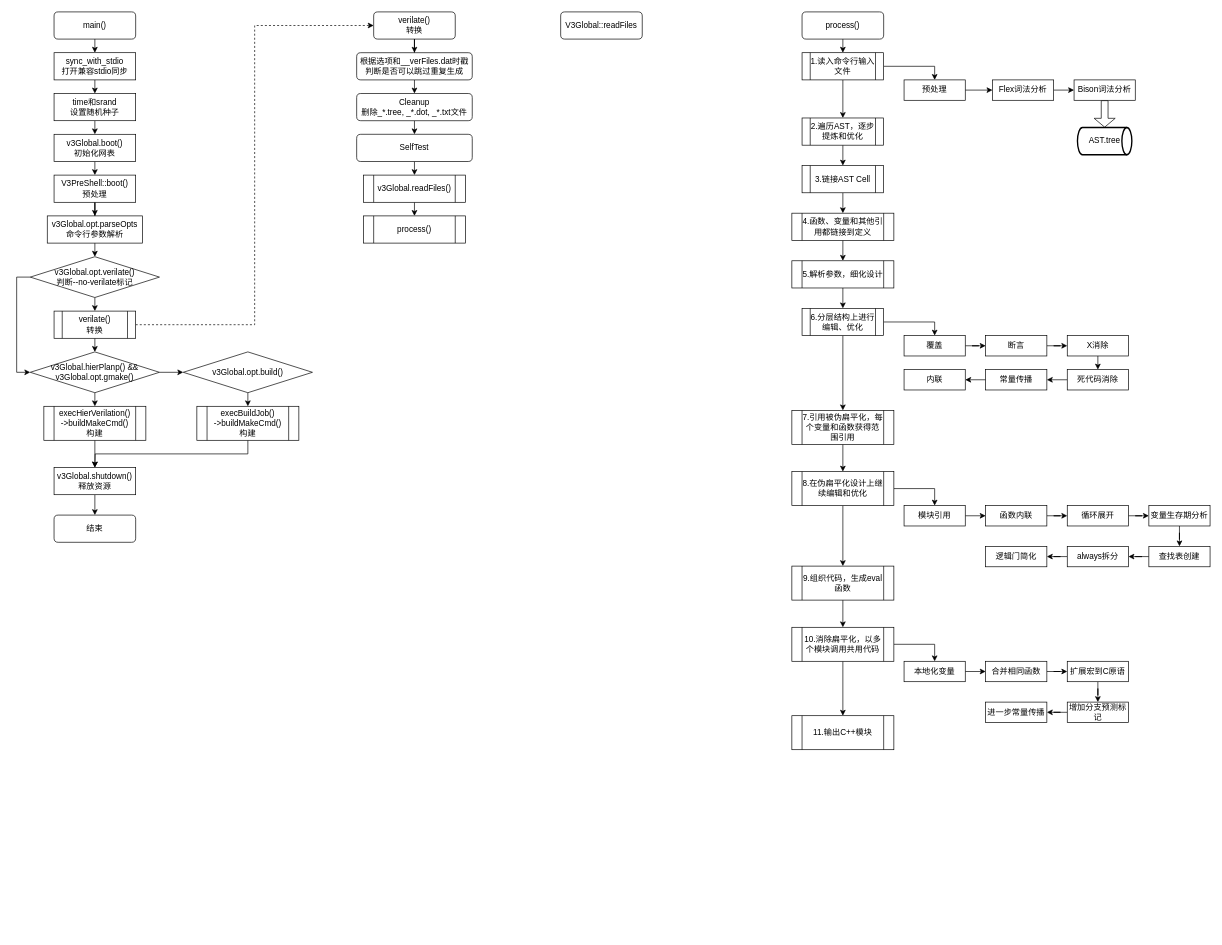
This is verilator_digrams/main().drawio from Dercury/CLDK, a draw.io file, before an edit. Source tidied: cells renumbered, new cells numbered last; positions are measured from the earlier drawing's top-left corner, leaving out a move shared by most shapes. Both pictures are drawn from the tidied source at 68%, with x=0, y=0 at pixel (30, 12).
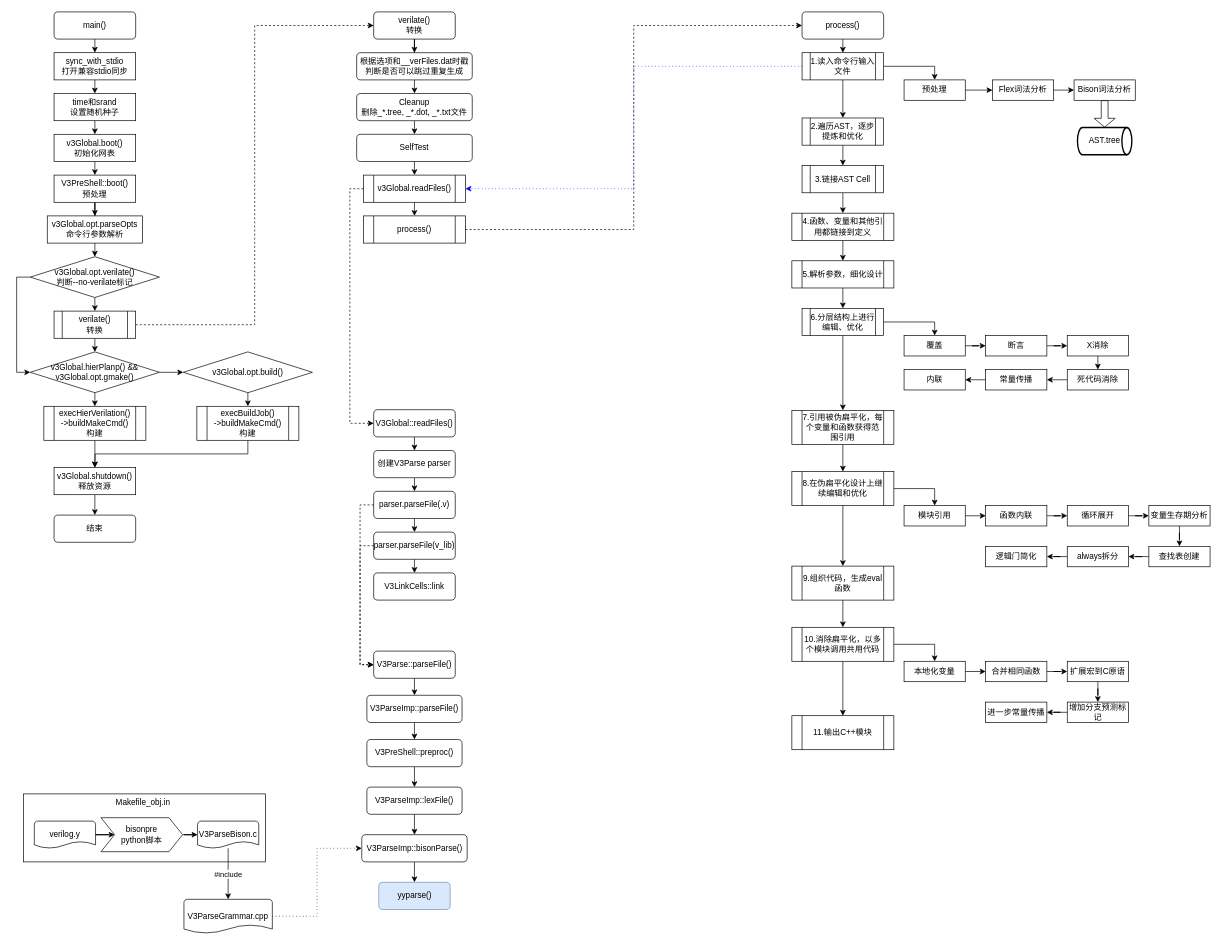
The same diagram, later.

The change refers to these unchanged cells:
```xml
<mxCell id="40" value="&lt;span&gt;1.读入命令行输入文件&lt;/span&gt;" style="shape=process;whiteSpace=wrap;html=1;backgroundOutline=1;" parent="1" vertex="1">
  <mxGeometry x="1135" y="60" width="120" height="40" as="geometry" />
</mxCell>
<mxCell id="49" value="process()" style="rounded=1;whiteSpace=wrap;html=1;fontSize=12;glass=0;strokeWidth=1;shadow=0;" parent="1" vertex="1">
  <mxGeometry x="1135" width="120" height="40" as="geometry" />
</mxCell>
<mxCell id="108" value="v3Global.readFiles()" style="shape=process;whiteSpace=wrap;html=1;backgroundOutline=1;" parent="1" vertex="1">
  <mxGeometry x="490" y="240" width="150" height="40" as="geometry" />
</mxCell>
<mxCell id="109" value="process()" style="shape=process;whiteSpace=wrap;html=1;backgroundOutline=1;" parent="1" vertex="1">
  <mxGeometry x="490" y="300" width="150" height="40" as="geometry" />
</mxCell>
```

What changed in the source:
```diff
@@
+    <mxCell id="111" style="rounded=0;whiteSpace=wrap;html=1;strokeWidth=1;" parent="1" vertex="1">
+      <mxGeometry x="-10" y="1150" width="356" height="100" as="geometry" />
+    </mxCell>
@@
+    <mxCell id="112" style="edgeStyle=orthogonalEdgeStyle;rounded=0;jumpSize=6;jettySize=auto;html=1;exitX=0.5;exitY=1;exitDx=0;exitDy=0;entryX=0.5;entryY=0;entryDx=0;entryDy=0;strokeWidth=1;" parent="1" edge="1" source="110" target="114">
+      <mxGeometry relative="1" as="geometry" />
+    </mxCell>
-    <mxCell id="110" value="V3Global::readFiles" style="rounded=1;whiteSpace=wrap;html=1;fontSize=12;glass=0;strokeWidth=1;shadow=0;" parent="1" vertex="1">
-      <mxGeometry x="780" width="120" height="40" as="geometry" />
+    <mxCell id="110" value="V3Global::readFiles()" style="rounded=1;whiteSpace=wrap;html=1;fontSize=12;glass=0;strokeWidth=1;shadow=0;" parent="1" vertex="1">
+      <mxGeometry x="505" y="585" width="120" height="40" as="geometry" />
     </mxCell>
+    <mxCell id="113" style="edgeStyle=orthogonalEdgeStyle;rounded=0;jumpSize=6;jettySize=auto;html=1;exitX=0.5;exitY=1;exitDx=0;exitDy=0;entryX=0.5;entryY=0;entryDx=0;entryDy=0;strokeWidth=1;" parent="1" edge="1" source="114" target="116">
+      <mxGeometry relative="1" as="geometry" />
+    </mxCell>
+    <mxCell id="114" value="创建V3Parse parser" style="rounded=1;whiteSpace=wrap;html=1;fontSize=12;glass=0;strokeWidth=1;shadow=0;" parent="1" vertex="1">
+      <mxGeometry x="505" y="645" width="120" height="40" as="geometry" />
+    </mxCell>
+    <mxCell id="115" style="edgeStyle=orthogonalEdgeStyle;rounded=0;jumpSize=6;jettySize=auto;html=1;exitX=0.5;exitY=1;exitDx=0;exitDy=0;entryX=0.5;entryY=0;entryDx=0;entryDy=0;strokeWidth=1;" parent="1" edge="1" source="116" target="118">
+      <mxGeometry relative="1" as="geometry" />
+    </mxCell>
+    <mxCell id="116" value="parser.parseFile(.v)" style="rounded=1;whiteSpace=wrap;html=1;fontSize=12;glass=0;strokeWidth=1;shadow=0;" parent="1" vertex="1">
+      <mxGeometry x="505" y="705" width="120" height="40" as="geometry" />
+    </mxCell>
+    <mxCell id="117" style="edgeStyle=orthogonalEdgeStyle;rounded=0;jumpSize=6;jettySize=auto;html=1;exitX=0.5;exitY=1;exitDx=0;exitDy=0;entryX=0.5;entryY=0;entryDx=0;entryDy=0;strokeWidth=1;" parent="1" edge="1" source="118" target="119">
+      <mxGeometry relative="1" as="geometry" />
+    </mxCell>
+    <mxCell id="118" value="parser.parseFile(v_lib)" style="rounded=1;whiteSpace=wrap;html=1;fontSize=12;glass=0;strokeWidth=1;shadow=0;" parent="1" vertex="1">
+      <mxGeometry x="505" y="765" width="120" height="40" as="geometry" />
+    </mxCell>
+    <mxCell id="119" value="V3LinkCells::link" style="rounded=1;whiteSpace=wrap;html=1;fontSize=12;glass=0;strokeWidth=1;shadow=0;" parent="1" vertex="1">
+      <mxGeometry x="505" y="825" width="120" height="40" as="geometry" />
+    </mxCell>
+    <mxCell id="120" style="edgeStyle=orthogonalEdgeStyle;rounded=0;jumpSize=6;jettySize=auto;html=1;exitX=0.5;exitY=1;exitDx=0;exitDy=0;entryX=0.5;entryY=0;entryDx=0;entryDy=0;strokeWidth=1;" parent="1" edge="1" source="121" target="123">
+      <mxGeometry relative="1" as="geometry" />
+    </mxCell>
+    <mxCell id="121" value="V3Parse::parseFile()" style="rounded=1;whiteSpace=wrap;html=1;fontSize=12;glass=0;strokeWidth=1;shadow=0;" parent="1" vertex="1">
+      <mxGeometry x="505" y="940" width="120" height="40" as="geometry" />
+    </mxCell>
+    <mxCell id="122" style="edgeStyle=orthogonalEdgeStyle;rounded=0;jumpSize=6;jettySize=auto;html=1;exitX=0.5;exitY=1;exitDx=0;exitDy=0;entryX=0.5;entryY=0;entryDx=0;entryDy=0;strokeWidth=1;" parent="1" edge="1" source="123" target="129">
+      <mxGeometry relative="1" as="geometry" />
+    </mxCell>
+    <mxCell id="123" value="V3ParseImp::parseFile()" style="rounded=1;whiteSpace=wrap;html=1;fontSize=12;glass=0;strokeWidth=1;shadow=0;" parent="1" vertex="1">
+      <mxGeometry x="495" y="1005" width="140" height="40" as="geometry" />
+    </mxCell>
+    <mxCell id="124" style="edgeStyle=orthogonalEdgeStyle;rounded=0;jettySize=auto;html=1;exitX=0;exitY=0.5;exitDx=0;exitDy=0;entryX=0;entryY=0.5;entryDx=0;entryDy=0;dashed=1;strokeWidth=1;jumpSize=6;" parent="1" edge="1" source="108" target="110">
+      <mxGeometry relative="1" as="geometry" />
+    </mxCell>
+    <mxCell id="125" style="edgeStyle=orthogonalEdgeStyle;rounded=0;jettySize=auto;html=1;exitX=0;exitY=0.5;exitDx=0;exitDy=0;entryX=0;entryY=0.5;entryDx=0;entryDy=0;dashed=1;strokeWidth=1;jumpSize=6;" parent="1" edge="1" source="116" target="121">
+      <mxGeometry relative="1" as="geometry" />
+    </mxCell>
+    <mxCell id="126" style="edgeStyle=orthogonalEdgeStyle;rounded=0;jettySize=auto;html=1;exitX=0;exitY=0.5;exitDx=0;exitDy=0;entryX=0;entryY=0.5;entryDx=0;entryDy=0;dashed=1;strokeWidth=1;jumpSize=6;" parent="1" edge="1" source="118" target="121">
+      <mxGeometry relative="1" as="geometry" />
+    </mxCell>
+    <mxCell id="127" style="edgeStyle=orthogonalEdgeStyle;rounded=0;jettySize=auto;html=1;exitX=1;exitY=0.5;exitDx=0;exitDy=0;entryX=0;entryY=0.5;entryDx=0;entryDy=0;dashed=1;strokeWidth=1;jumpSize=6;" parent="1" edge="1" source="109" target="49">
+      <mxGeometry relative="1" as="geometry" />
+    </mxCell>
+    <mxCell id="128" style="edgeStyle=orthogonalEdgeStyle;rounded=0;jumpSize=6;jettySize=auto;html=1;exitX=0.5;exitY=1;exitDx=0;exitDy=0;entryX=0.5;entryY=0;entryDx=0;entryDy=0;strokeWidth=1;" parent="1" edge="1" source="129" target="131">
+      <mxGeometry relative="1" as="geometry" />
+    </mxCell>
+    <mxCell id="129" value="V3PreShell::preproc()" style="rounded=1;whiteSpace=wrap;html=1;fontSize=12;glass=0;strokeWidth=1;shadow=0;" parent="1" vertex="1">
+      <mxGeometry x="495" y="1070" width="140" height="40" as="geometry" />
+    </mxCell>
+    <mxCell id="130" style="edgeStyle=orthogonalEdgeStyle;rounded=0;jumpSize=6;jettySize=auto;html=1;exitX=0.5;exitY=1;exitDx=0;exitDy=0;entryX=0.5;entryY=0;entryDx=0;entryDy=0;strokeWidth=1;" parent="1" edge="1" source="131" target="133">
+      <mxGeometry relative="1" as="geometry" />
+    </mxCell>
+    <mxCell id="131" value="V3ParseImp::lexFile()" style="rounded=1;whiteSpace=wrap;html=1;fontSize=12;glass=0;strokeWidth=1;shadow=0;" parent="1" vertex="1">
+      <mxGeometry x="495" y="1140" width="140" height="40" as="geometry" />
+    </mxCell>
+    <mxCell id="132" style="edgeStyle=orthogonalEdgeStyle;rounded=0;jumpSize=6;jettySize=auto;html=1;exitX=0.5;exitY=1;exitDx=0;exitDy=0;entryX=0.5;entryY=0;entryDx=0;entryDy=0;strokeWidth=1;" parent="1" edge="1" source="133" target="134">
+      <mxGeometry relative="1" as="geometry" />
+    </mxCell>
+    <mxCell id="133" value="V3ParseImp::bisonParse()" style="rounded=1;whiteSpace=wrap;html=1;fontSize=12;glass=0;strokeWidth=1;shadow=0;" parent="1" vertex="1">
+      <mxGeometry x="487.5" y="1210" width="155" height="40" as="geometry" />
+    </mxCell>
+    <mxCell id="134" value="yyparse()" style="rounded=1;whiteSpace=wrap;html=1;fontSize=12;glass=0;strokeWidth=1;shadow=0;fillColor=#dae8fc;strokeColor=#6c8ebf;" parent="1" vertex="1">
+      <mxGeometry x="512.5" y="1280" width="105" height="40" as="geometry" />
+    </mxCell>
+    <mxCell id="135" style="edgeStyle=orthogonalEdgeStyle;rounded=0;jumpSize=6;jettySize=auto;html=1;strokeWidth=1;" parent="1" edge="1" source="136" target="139">
+      <mxGeometry relative="1" as="geometry" />
+    </mxCell>
+    <mxCell id="136" value="verilog.y" style="strokeWidth=1;html=1;shape=mxgraph.flowchart.document2;whiteSpace=wrap;size=0.25;" parent="1" vertex="1">
+      <mxGeometry x="6" y="1190" width="90" height="40" as="geometry" />
+    </mxCell>
+    <mxCell id="137" value="Makefile_obj.in" style="text;html=1;strokeColor=none;fillColor=none;align=center;verticalAlign=middle;whiteSpace=wrap;rounded=0;" parent="1" vertex="1">
+      <mxGeometry x="121" y="1153" width="90" height="20" as="geometry" />
+    </mxCell>
+    <mxCell id="138" style="edgeStyle=orthogonalEdgeStyle;rounded=0;jumpSize=6;jettySize=auto;html=1;strokeWidth=1;" parent="1" edge="1" source="139" target="141">
+      <mxGeometry relative="1" as="geometry" />
+    </mxCell>
+    <mxCell id="139" value="&lt;span&gt;bisonpre&lt;/span&gt;&lt;br&gt;&lt;span&gt;python脚本&lt;/span&gt;" style="shape=step;perimeter=stepPerimeter;whiteSpace=wrap;html=1;fixedSize=1;strokeWidth=1;" parent="1" vertex="1">
+      <mxGeometry x="104" y="1185" width="120" height="50" as="geometry" />
+    </mxCell>
+    <mxCell id="140" value="#include" style="edgeStyle=orthogonalEdgeStyle;rounded=0;jumpSize=6;jettySize=auto;html=1;strokeWidth=1;" parent="1" edge="1" source="141" target="142">
+      <mxGeometry relative="1" as="geometry" />
+    </mxCell>
+    <mxCell id="141" value="V3ParseBison.c" style="strokeWidth=1;html=1;shape=mxgraph.flowchart.document2;whiteSpace=wrap;size=0.25;" parent="1" vertex="1">
+      <mxGeometry x="246" y="1190" width="90" height="40" as="geometry" />
+    </mxCell>
+    <mxCell id="142" value="V3ParseGrammar.cpp" style="strokeWidth=1;html=1;shape=mxgraph.flowchart.document2;whiteSpace=wrap;size=0.25;" parent="1" vertex="1">
+      <mxGeometry x="226" y="1305" width="130" height="50" as="geometry" />
+    </mxCell>
+    <mxCell id="143" style="edgeStyle=orthogonalEdgeStyle;rounded=0;jettySize=auto;html=1;exitX=1;exitY=0.5;exitDx=0;exitDy=0;entryX=0;entryY=0.5;entryDx=0;entryDy=0;strokeWidth=1;jumpSize=6;exitPerimeter=0;dashed=1;dashPattern=1 4;" parent="1" edge="1" source="142" target="133">
+      <mxGeometry relative="1" as="geometry" />
+    </mxCell>
+    <mxCell id="144" style="edgeStyle=orthogonalEdgeStyle;rounded=0;jettySize=auto;html=1;exitX=0;exitY=0.5;exitDx=0;exitDy=0;strokeWidth=1;jumpSize=6;dashed=1;dashPattern=1 4;entryX=1;entryY=0.5;entryDx=0;entryDy=0;strokeColor=#0000FF;" parent="1" edge="1" source="40" target="108">
+      <mxGeometry relative="1" as="geometry" />
+    </mxCell>
```
